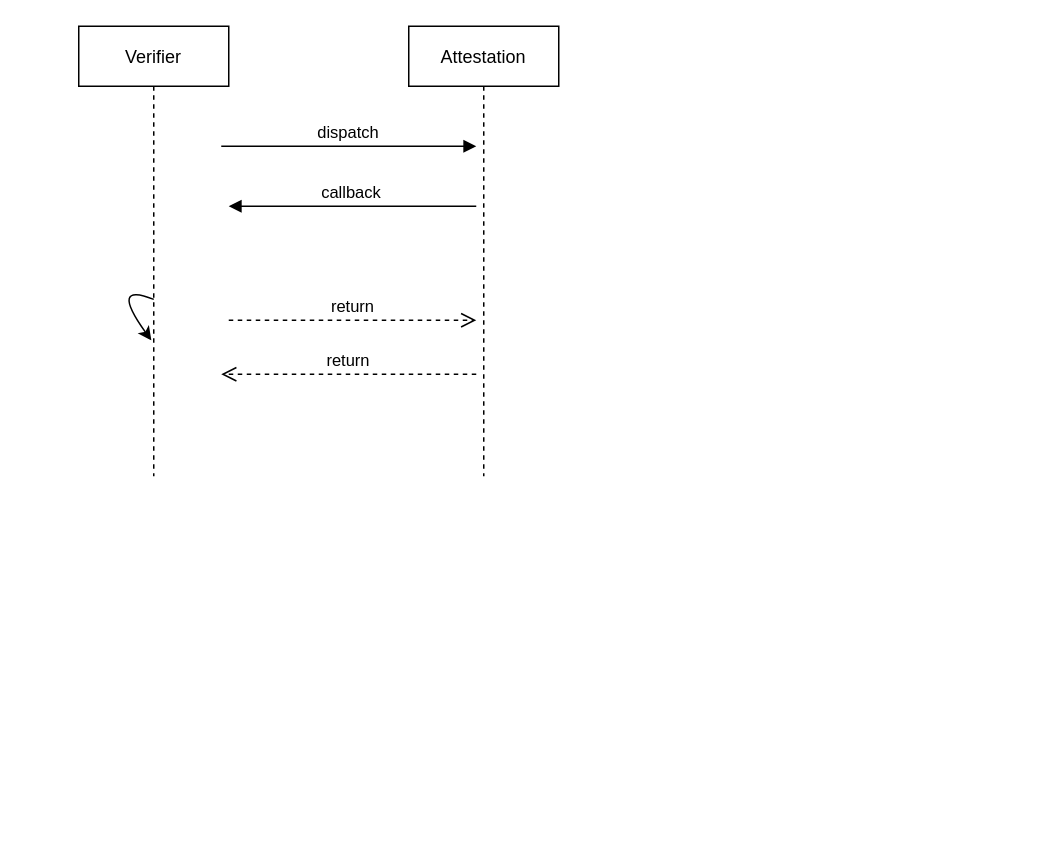
Above: remote attestation Diagram.drawio in dessertss/Scytale (draw.io), before the change. Source tidied: cells renumbered, new cells numbered last; positions are measured from the earlier drawing's top-left corner, leaving out a move shared by most shapes. Both pictures are drawn from the tidied source at 150%, with x=0, y=0 at pixel (78, 26).
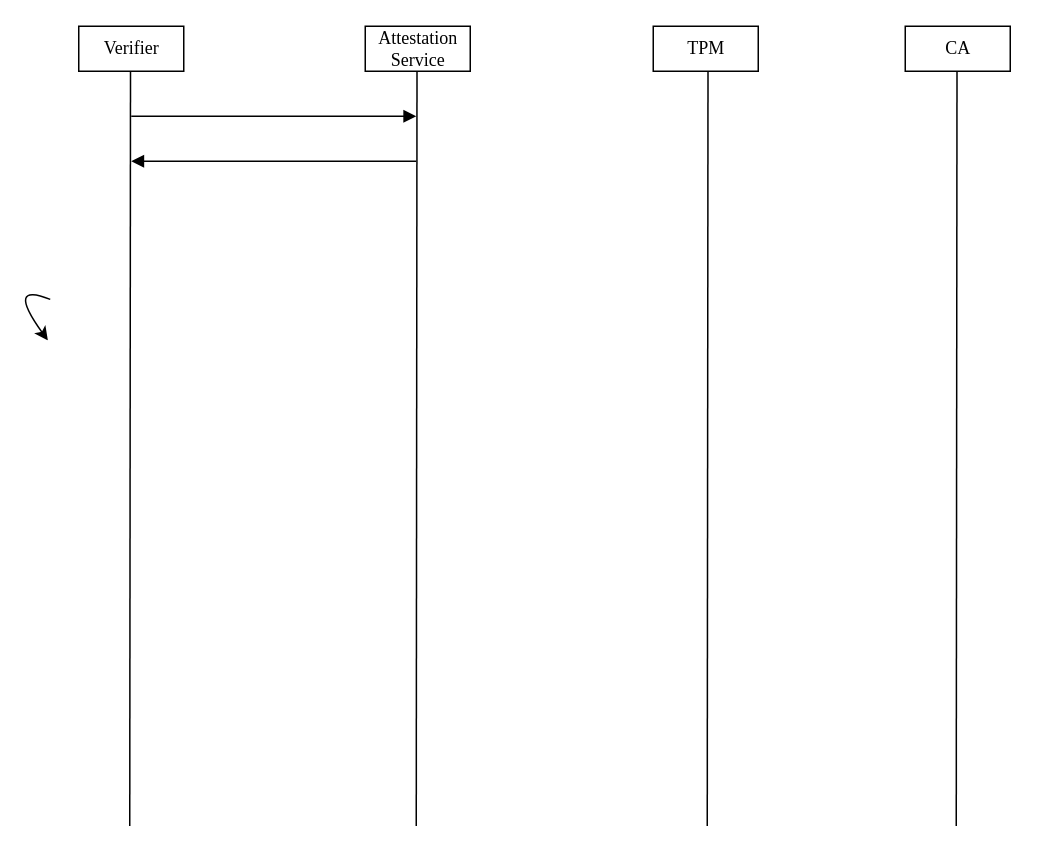
The same page after the edit.

The edit, as a diff of the source:
```diff
@@
-    <mxCell id="2" value="Verifier" style="shape=umlLifeline;perimeter=lifelinePerimeter;rounded=0;shadow=0;strokeWidth=1;fillColor=default;strokeColor=default;fontColor=default;size=40;" parent="1" vertex="1">
-      <mxGeometry width="100" height="300" as="geometry" />
-    </mxCell>
-    <mxCell id="3" value="Attestation" style="shape=umlLifeline;perimeter=lifelinePerimeter;rounded=0;shadow=0;strokeWidth=1;fontColor=default;" parent="1" vertex="1">
-      <mxGeometry x="220" width="100" height="300" as="geometry" />
-    </mxCell>
-    <mxCell id="4" value="return" style="verticalAlign=bottom;endArrow=open;dashed=1;endSize=8;exitX=0;exitY=0.95;shadow=0;strokeWidth=1;" parent="1" edge="1">
-      <mxGeometry relative="1" as="geometry">
-        <mxPoint x="265" y="232" as="sourcePoint" />
-        <mxPoint x="95" y="232" as="targetPoint" />
-      </mxGeometry>
-    </mxCell>
-    <mxCell id="5" value="dispatch" style="verticalAlign=bottom;endArrow=block;entryX=0;entryY=0;shadow=0;strokeWidth=1;" parent="1" edge="1">
-      <mxGeometry relative="1" as="geometry">
-        <mxPoint x="95" y="80" as="sourcePoint" />
-        <mxPoint x="265" y="80" as="targetPoint" />
+    <mxCell id="5" style="verticalAlign=bottom;endArrow=block;shadow=0;strokeWidth=1;strokeColor=default;labelBackgroundColor=default;fontColor=default;" parent="1" edge="1">
+      <mxGeometry x="0.11" y="10" relative="1" as="geometry">
+        <mxPoint x="35" y="60" as="sourcePoint" />
+        <mxPoint x="225" y="60" as="targetPoint" />
       </mxGeometry>
     </mxCell>
-    <mxCell id="6" value="callback" style="verticalAlign=bottom;endArrow=block;entryX=1;entryY=0;shadow=0;strokeWidth=1;" parent="1" edge="1">
+    <mxCell id="6" style="verticalAlign=bottom;endArrow=block;shadow=0;strokeWidth=1;strokeColor=default;labelBackgroundColor=default;fontColor=default;" parent="1" edge="1">
       <mxGeometry relative="1" as="geometry">
-        <mxPoint x="265" y="120" as="sourcePoint" />
-        <mxPoint x="100" y="120" as="targetPoint" />
+        <mxPoint x="225" y="90" as="sourcePoint" />
+        <mxPoint x="35" y="90" as="targetPoint" />
       </mxGeometry>
     </mxCell>
-    <mxCell id="7" value="return" style="verticalAlign=bottom;endArrow=open;dashed=1;endSize=8;exitX=1;exitY=0.95;shadow=0;strokeWidth=1;" parent="1" edge="1">
-      <mxGeometry relative="1" as="geometry">
-        <mxPoint x="100" y="196" as="sourcePoint" />
-        <mxPoint x="265" y="196" as="targetPoint" />
-      </mxGeometry>
-    </mxCell>
-    <mxCell id="8" style="curved=1;endArrow=classic;html=1;rounded=0;fontColor=default;exitX=0.5;exitY=0.607;exitDx=0;exitDy=0;exitPerimeter=0;strokeColor=default;labelBackgroundColor=default;entryX=0.484;entryY=0.698;entryDx=0;entryDy=0;entryPerimeter=0;" parent="1" edge="1" source="2" target="2">
+    <mxCell id="8" style="curved=1;endArrow=classic;html=1;rounded=0;fontColor=default;exitX=0.5;exitY=0.607;exitDx=0;exitDy=0;exitPerimeter=0;strokeColor=default;labelBackgroundColor=default;entryX=0.484;entryY=0.698;entryDx=0;entryDy=0;entryPerimeter=0;" parent="1" edge="1">
       <mxGeometry relative="1" as="geometry">
+        <mxPoint x="-19" y="182.1" as="sourcePoint" />
+        <mxPoint x="-20.6" y="209.4" as="targetPoint" />
         <Array as="points">
-          <mxPoint x="20" y="170" />
+          <mxPoint x="-49" y="170" />
         </Array>
       </mxGeometry>
     </mxCell>
+    <mxCell id="2" value="Verifier" style="html=1;fontFamily=Times New Roman;fontColor=default;fillColor=default;strokeColor=default;" parent="1" vertex="1">
+      <mxGeometry width="70" height="30" as="geometry" />
+    </mxCell>
+    <mxCell id="9" style="endArrow=none;html=1;rounded=0;fontFamily=Times New Roman;fontColor=default;strokeColor=default;labelBackgroundColor=default;fillColor=default;" parent="1" edge="1">
+      <mxGeometry relative="1" as="geometry">
+        <mxPoint x="34" y="533.2" as="sourcePoint" />
+        <mxPoint x="34.5" y="30" as="targetPoint" />
+      </mxGeometry>
+    </mxCell>
+    <mxCell id="10" value="Attestation&lt;br&gt;Service" style="html=1;fontFamily=Times New Roman;fontColor=default;fillColor=default;strokeColor=default;" parent="1" vertex="1">
+      <mxGeometry x="191" width="70" height="30" as="geometry" />
+    </mxCell>
+    <mxCell id="11" style="endArrow=none;html=1;rounded=0;fontFamily=Times New Roman;fontColor=default;strokeColor=default;labelBackgroundColor=default;fillColor=default;" parent="1" edge="1">
+      <mxGeometry relative="1" as="geometry">
+        <mxPoint x="225" y="533.2" as="sourcePoint" />
+        <mxPoint x="225.5" y="30" as="targetPoint" />
+      </mxGeometry>
+    </mxCell>
+    <mxCell id="12" value="TPM" style="html=1;fontFamily=Times New Roman;fontColor=default;fillColor=default;strokeColor=default;" parent="1" vertex="1">
+      <mxGeometry x="383" width="70" height="30" as="geometry" />
+    </mxCell>
+    <mxCell id="13" style="endArrow=none;html=1;rounded=0;fontFamily=Times New Roman;fontColor=default;strokeColor=default;labelBackgroundColor=default;fillColor=default;" parent="1" edge="1">
+      <mxGeometry relative="1" as="geometry">
+        <mxPoint x="419" y="533.2" as="sourcePoint" />
+        <mxPoint x="419.5" y="30" as="targetPoint" />
+      </mxGeometry>
+    </mxCell>
+    <mxCell id="14" value="CA" style="html=1;fontFamily=Times New Roman;fontColor=default;fillColor=default;strokeColor=default;" parent="1" vertex="1">
+      <mxGeometry x="551" width="70" height="30" as="geometry" />
+    </mxCell>
+    <mxCell id="15" style="endArrow=none;html=1;rounded=0;fontFamily=Times New Roman;fontColor=default;strokeColor=default;labelBackgroundColor=default;fillColor=default;" parent="1" edge="1">
+      <mxGeometry relative="1" as="geometry">
+        <mxPoint x="585" y="533.2" as="sourcePoint" />
+        <mxPoint x="585.5" y="30" as="targetPoint" />
+      </mxGeometry>
+    </mxCell>
```
